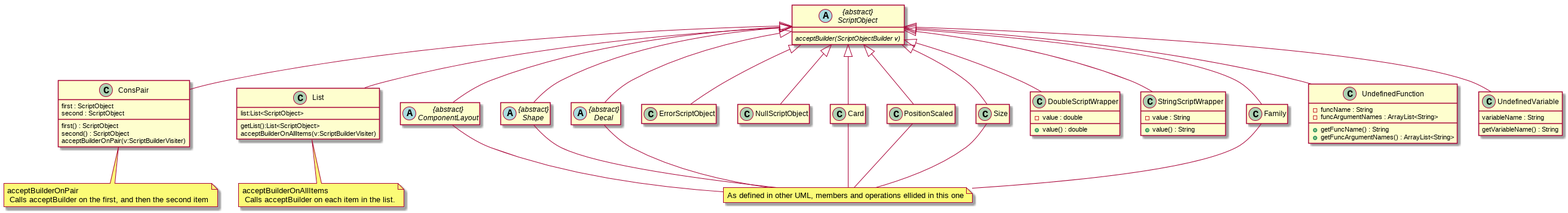
Before: Structure/ScriptObjectUML.png, a diagram exported from PlantUML (MatthewBregg/DesignPatternsRepo). Its diagram source:
```plantuml
@startuml
abstract class ScriptObject as "{abstract}\nScriptObject"
note "As defined in other UML, members and operations ellided in this one" as AsDefined


ScriptObject : {abstract}acceptBuilder(ScriptObjectBuilder v)

abstract class Layout as "{abstract}\nComponentLayout"
Layout -- AsDefined
abstract class Shape as "{abstract}\nShape"
Shape -- AsDefined
ScriptObject <|-- Shape
hide Shape members
hide Shape methods
abstract class Decal as "{abstract}\nDecal"
Decal -- AsDefined
class ConsPair
ConsPair : first : ScriptObject
ConsPair : second : ScriptObject
ConsPair : first() : ScriptObject
ConsPair : second() : ScriptObject
ConsPair : acceptBuilderOnPair(v:ScriptBuilderVisiter)
note bottom : acceptBuilderOnPair \n Calls acceptBuilder on the first, and then the second item
class List
List : list:List<ScriptObject>
List : getList():List<ScriptObject>
List : acceptBuilderOnAllItems(v:ScriptBuilderVisiter)
note bottom : acceptBuilderOnAllItems \n Calls acceptBuilder on each item in the list.
class ErrorScriptObject
class NullScriptObject
class Card
Card -- AsDefined
class PositionScaled
PositionScaled -- AsDefined
class Size
Size -- AsDefined
class DoubleScriptWrapper
DoubleScriptWrapper : -value : double
DoubleScriptWrapper : +value() : double
class StringScriptWrapper
StringScriptWrapper : -value : String
StringScriptWrapper : +value() : String
class Family
Family -- AsDefined

class UndefinedFunction
UndefinedFunction : -funcName : String
UndefinedFunction : -funcArgumentNames : ArrayList<String>
UndefinedFunction : +getFuncName() : String
UndefinedFunction : +getFuncArgumentNames() : ArrayList<String>

class UndefinedVariable
UndefinedVariable : variableName : String
UndefinedVariable : getVariableName() : String


ScriptObject <|-- Family
hide Family members
hide Family methods
ScriptObject <|-- StringScriptWrapper
ScriptObject <|-- DoubleScriptWrapper
ScriptObject <|-- Size
hide Size members
hide Size methods
ScriptObject <|-- PositionScaled
hide PositionScaled members
hide PositionScaled methods
ScriptObject <|-- Card
hide Card members
hide Card methods
ScriptObject <|-- ErrorScriptObject
hide ErrorScriptObject members
hide ErrorScriptObject methods
ScriptObject <|-- NullScriptObject
hide NullScriptObject members
hide NullScriptObject methods
ScriptObject <|-- List
ScriptObject <|-- ConsPair
ScriptObject <|-- Decal
hide Decal members
hide Decal methods
ScriptObject <|-- Layout
hide Layout members
hide Layout methods

ScriptObject <|-- UndefinedFunction
ScriptObject <|-- UndefinedVariable
@enduml
```
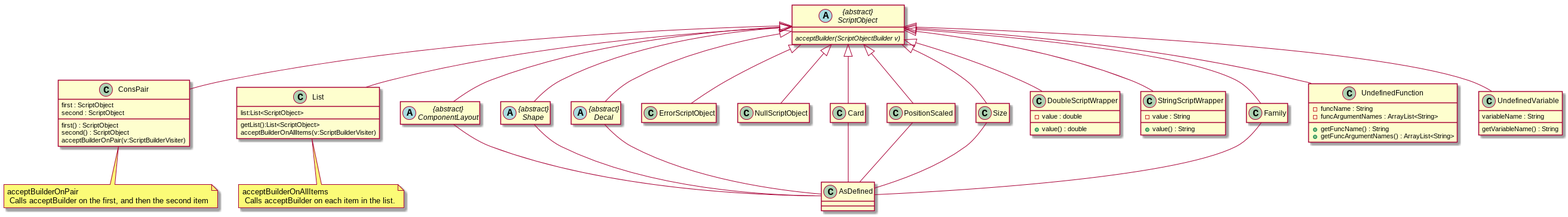
The same file after the commit.

Commit message:
small update to script object uml

The edit, as a diff of the source:
```diff
@@ -1,6 +1,6 @@
 @startuml
 abstract class ScriptObject as "{abstract}\nScriptObject"
-note "As defined in other UML, members and operations ellided in this one" as AsDefined
+
 
 
 ScriptObject : {abstract}acceptBuilder(ScriptObjectBuilder v)
```
